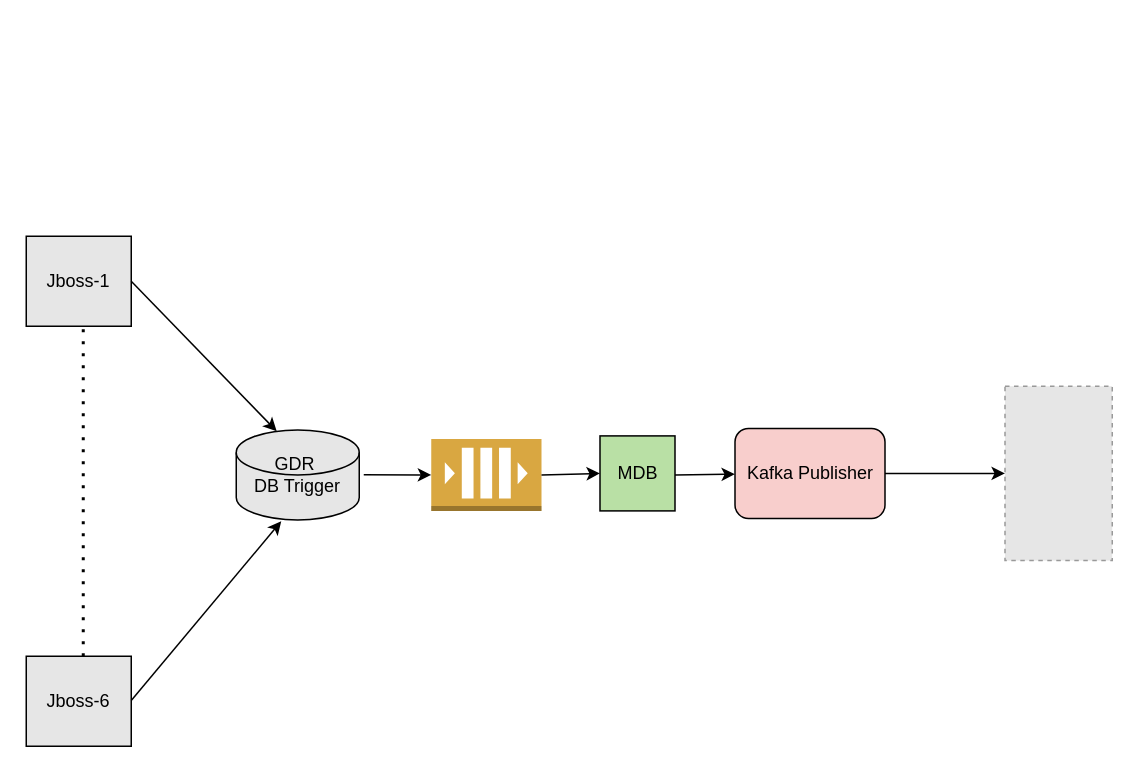
tsahaca/Project5 keeps this draw.io diagram as page "DB Trigger Global Queue" (3 of 4) of Untitled Diagram.drawio. Above is the earlier version. Source tidied: cells renumbered, new cells numbered last; positions are measured from the earlier drawing's top-left corner, leaving out a move shared by most shapes. Both pictures are drawn from the tidied source at 150%, with x=0, y=0 at pixel (26, 236). Pictures stored in the file or linked from it are replaced by grey dashed boxes.
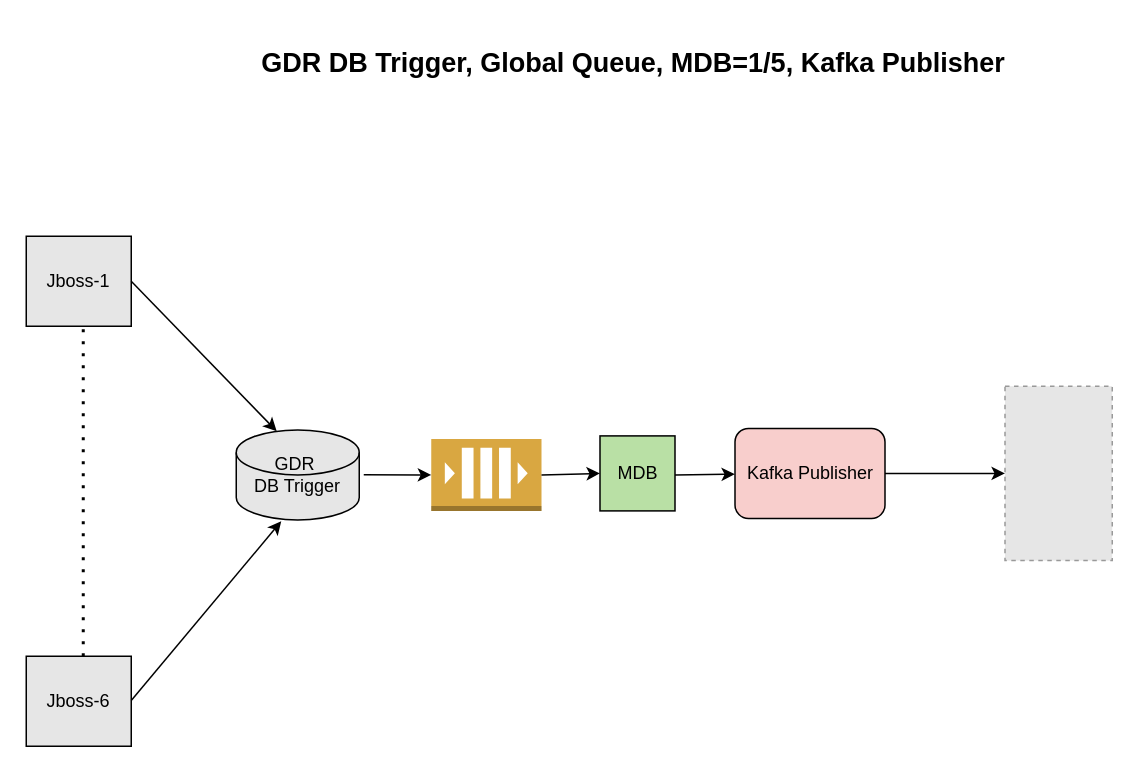
The same page after the edit.

Change to the diagram source:
```diff
@@
+    <mxCell id="16" value="GDR DB Trigger, Global Queue, MDB=1/5, Kafka Publisher&amp;nbsp;" style="text;html=1;strokeColor=none;fillColor=none;align=center;verticalAlign=middle;whiteSpace=wrap;rounded=0;fontStyle=1;fontSize=18;" parent="1" vertex="1">
+      <mxGeometry x="146.2" y="-140" width="522.5" height="50" as="geometry" />
+    </mxCell>
```
